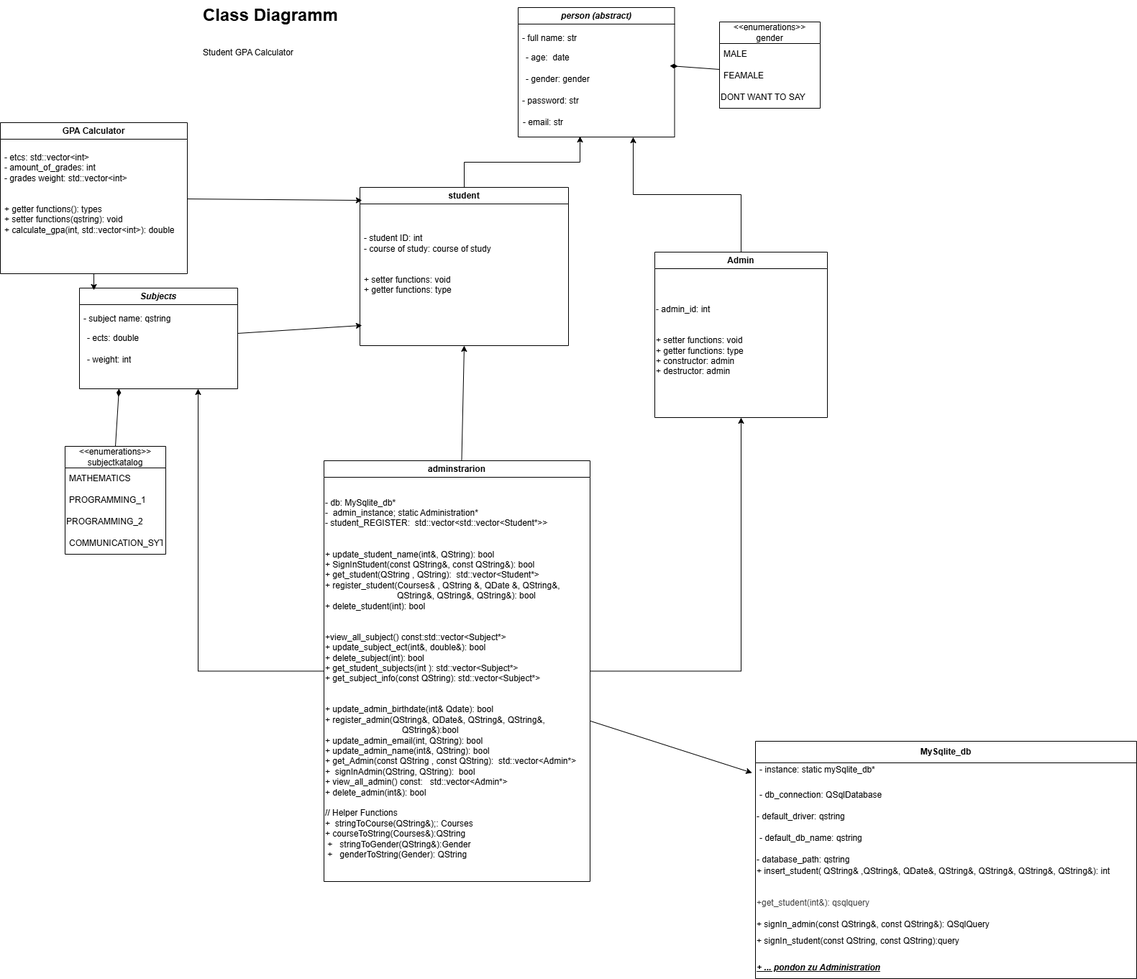
Earlier version of the draw.io export documentation/class_diagram_gpa_calculator.drawio.png (SandrAdora/GPA_Calculator). Source tidied: cells renumbered, new cells last; positions are measured from the earlier drawing's top-left corner, leaving out a move shared by most shapes.
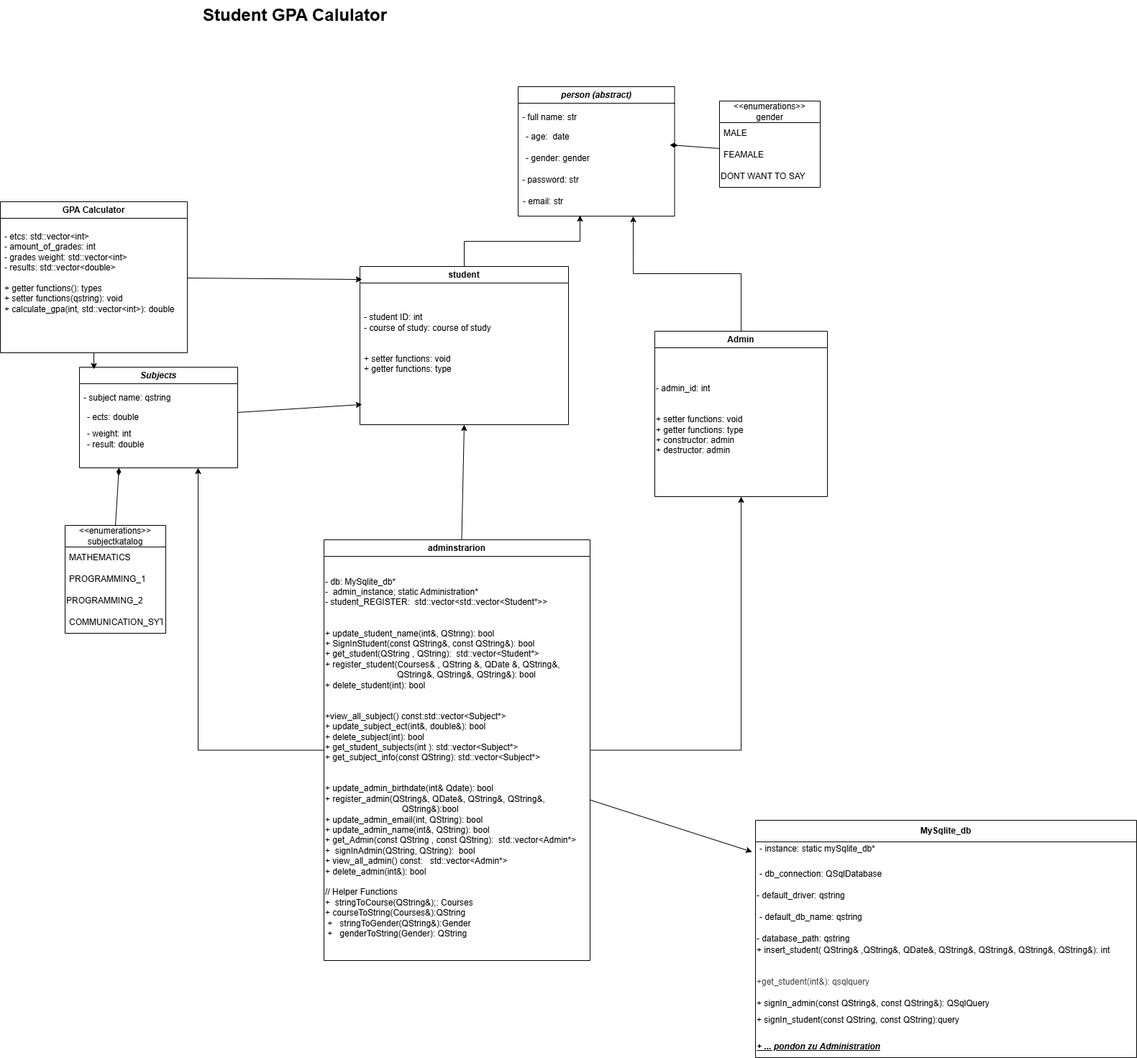
Later version of the same file.

Commit message:
added new features to class "GPA Calculator"

What changed in the source:
```diff
@@ -2,8 +2,8 @@
   <root>
     <mxCell id="0" />
     <mxCell id="1" parent="0" />
-    <mxCell id="2" value="&lt;h1 style=&quot;margin-top: 0px;&quot;&gt;Class Diagramm&lt;/h1&gt;&lt;div&gt;&lt;br&gt;&lt;/div&gt;&lt;div&gt;Student GPA Calculator&lt;/div&gt;" style="text;html=1;whiteSpace=wrap;overflow=hidden;rounded=0;" parent="1" vertex="1">
-      <mxGeometry x="280" width="270" height="120" as="geometry" />
+    <mxCell id="2" value="&lt;h1 style=&quot;margin-top: 0px;&quot;&gt;Student GPA Calulator&lt;/h1&gt;" style="text;html=1;whiteSpace=wrap;overflow=hidden;rounded=0;" parent="1" vertex="1">
+      <mxGeometry x="280" y="-110" width="270" height="40" as="geometry" />
     </mxCell>
     <mxCell id="3" value="student" style="swimlane;whiteSpace=wrap;html=1;" parent="1" vertex="1">
       <mxGeometry x="500" y="260" width="290" height="220" as="geometry" />
@@ -65,7 +65,7 @@
     <mxCell id="22" value="GPA Calculator" style="swimlane;whiteSpace=wrap;html=1;" parent="1" vertex="1">
       <mxGeometry y="170" width="260" height="210" as="geometry" />
     </mxCell>
-    <mxCell id="23" value="- etcs: std::vector&amp;lt;int&amp;gt;&lt;div&gt;&lt;span style=&quot;color: rgb(0, 0, 0);&quot;&gt;- amount_of_grades: int&lt;/span&gt;&lt;/div&gt;&lt;div&gt;&lt;span style=&quot;color: rgb(0, 0, 0);&quot;&gt;&lt;span style=&quot;color: rgb(0, 0, 0);&quot;&gt;- grades weight: std::vector&amp;lt;int&amp;gt;&lt;/span&gt;&lt;/span&gt;&lt;/div&gt;&lt;div&gt;&lt;span style=&quot;color: rgb(0, 0, 0);&quot;&gt;&lt;span style=&quot;color: rgb(0, 0, 0);&quot;&gt;&lt;br&gt;&lt;/span&gt;&lt;/span&gt;&lt;/div&gt;&lt;div&gt;&lt;span style=&quot;color: rgb(0, 0, 0);&quot;&gt;&lt;span style=&quot;color: rgb(0, 0, 0);&quot;&gt;&lt;br&gt;&lt;/span&gt;&lt;/span&gt;&lt;/div&gt;&lt;div&gt;&lt;span style=&quot;color: rgb(0, 0, 0);&quot;&gt;&lt;span style=&quot;color: rgb(0, 0, 0);&quot;&gt;+ getter functions(): types&lt;/span&gt;&lt;/span&gt;&lt;/div&gt;&lt;div&gt;&lt;span style=&quot;color: rgb(0, 0, 0);&quot;&gt;&lt;span style=&quot;color: rgb(0, 0, 0);&quot;&gt;+ setter functions(qstring): void&lt;/span&gt;&lt;/span&gt;&lt;/div&gt;&lt;div&gt;&lt;span style=&quot;color: rgb(0, 0, 0);&quot;&gt;&lt;span style=&quot;color: rgb(0, 0, 0);&quot;&gt;+ calculate_gpa(int, std::vector&amp;lt;int&amp;gt;): double&lt;/span&gt;&lt;/span&gt;&lt;/div&gt;" style="text;strokeColor=none;fillColor=none;align=left;verticalAlign=middle;spacingLeft=4;spacingRight=4;overflow=hidden;whiteSpace=wrap;html=1;" parent="22" vertex="1">
+    <mxCell id="23" value="- etcs: std::vector&amp;lt;int&amp;gt;&lt;div&gt;&lt;span style=&quot;color: rgb(0, 0, 0);&quot;&gt;- amount_of_grades: int&lt;/span&gt;&lt;/div&gt;&lt;div&gt;&lt;span style=&quot;color: rgb(0, 0, 0);&quot;&gt;&lt;span style=&quot;color: rgb(0, 0, 0);&quot;&gt;- grades weight: std::vector&amp;lt;int&amp;gt;&lt;/span&gt;&lt;/span&gt;&lt;/div&gt;&lt;div&gt;&lt;span style=&quot;color: rgb(0, 0, 0);&quot;&gt;&lt;span style=&quot;color: rgb(0, 0, 0);&quot;&gt;- results: std::vector&amp;lt;double&amp;gt;&lt;/span&gt;&lt;/span&gt;&lt;/div&gt;&lt;div&gt;&lt;span style=&quot;color: rgb(0, 0, 0);&quot;&gt;&lt;span style=&quot;color: rgb(0, 0, 0);&quot;&gt;&lt;br&gt;&lt;/span&gt;&lt;/span&gt;&lt;/div&gt;&lt;div&gt;&lt;span style=&quot;color: rgb(0, 0, 0);&quot;&gt;&lt;span style=&quot;color: rgb(0, 0, 0);&quot;&gt;+ getter functions(): types&lt;/span&gt;&lt;/span&gt;&lt;/div&gt;&lt;div&gt;&lt;span style=&quot;color: rgb(0, 0, 0);&quot;&gt;&lt;span style=&quot;color: rgb(0, 0, 0);&quot;&gt;+ setter functions(qstring): void&lt;/span&gt;&lt;/span&gt;&lt;/div&gt;&lt;div&gt;&lt;span style=&quot;color: rgb(0, 0, 0);&quot;&gt;&lt;span style=&quot;color: rgb(0, 0, 0);&quot;&gt;+ calculate_gpa(int, std::vector&amp;lt;int&amp;gt;): double&lt;/span&gt;&lt;/span&gt;&lt;/div&gt;" style="text;strokeColor=none;fillColor=none;align=left;verticalAlign=middle;spacingLeft=4;spacingRight=4;overflow=hidden;whiteSpace=wrap;html=1;" parent="22" vertex="1">
       <mxGeometry y="27.5" width="260" height="142.5" as="geometry" />
     </mxCell>
     <mxCell id="24" value="&lt;i&gt;Subjects&lt;/i&gt;" style="swimlane;whiteSpace=wrap;html=1;" parent="1" vertex="1">
@@ -74,7 +74,7 @@
     <mxCell id="25" value="- subject name: qstring" style="text;strokeColor=none;fillColor=none;align=left;verticalAlign=middle;spacingLeft=4;spacingRight=4;overflow=hidden;whiteSpace=wrap;html=1;" parent="24" vertex="1">
       <mxGeometry y="27.5" width="220" height="30" as="geometry" />
     </mxCell>
-    <mxCell id="26" value="- weight: int" style="text;strokeColor=none;fillColor=none;align=left;verticalAlign=middle;spacingLeft=4;spacingRight=4;overflow=hidden;whiteSpace=wrap;html=1;" parent="24" vertex="1">
+    <mxCell id="26" value="- weight: int&lt;div&gt;- result: double&lt;/div&gt;" style="text;strokeColor=none;fillColor=none;align=left;verticalAlign=middle;spacingLeft=4;spacingRight=4;overflow=hidden;whiteSpace=wrap;html=1;" parent="24" vertex="1">
       <mxGeometry x="5" y="80" width="205" height="40" as="geometry" />
     </mxCell>
     <mxCell id="27" value="- ects: double" style="text;strokeColor=none;fillColor=none;align=left;verticalAlign=middle;spacingLeft=4;spacingRight=4;overflow=hidden;whiteSpace=wrap;html=1;" parent="24" vertex="1">
```
